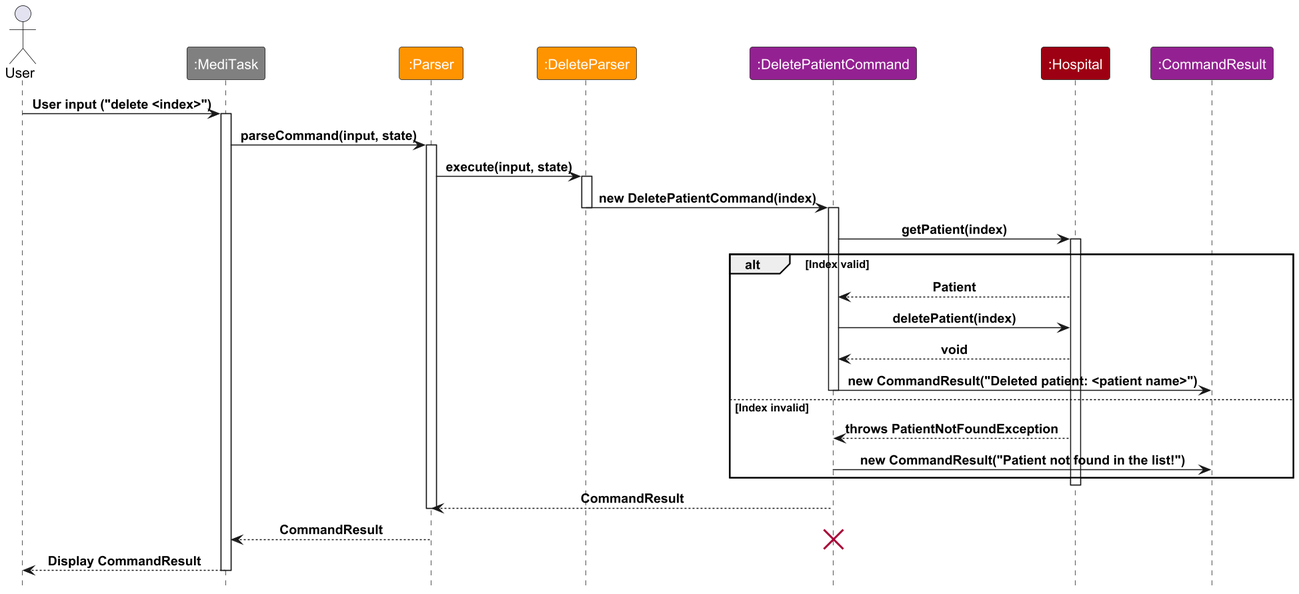
Before: docs/images/DeletePatientSequenceDiagram.png, a diagram exported from PlantUML (nus-cs2113-AY2425S1/tp).
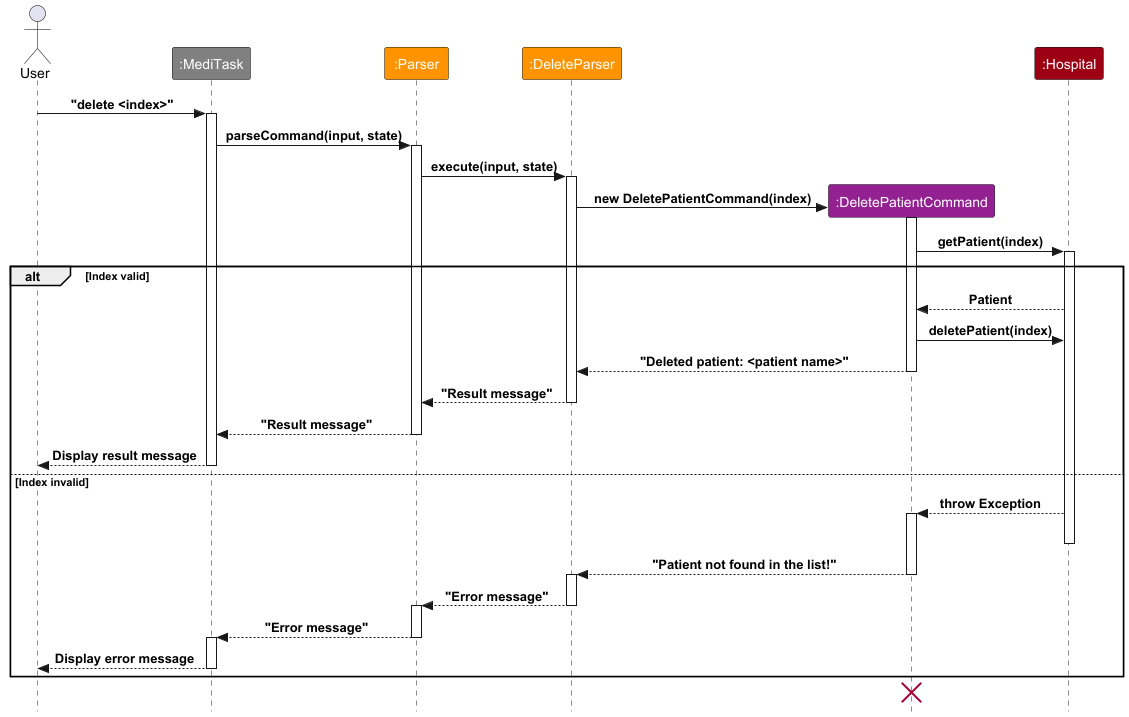
Above is the later version.

Commit message:
Fix Delete Patient Sequence Diagram

Changes made:
* Removed unecessary wording to increase readability
* Fixed issue where alt overlaps with activation bar
* Remove return void
* Ensure that object creation is accurately shown

These updates enhance readability,making the diagrams more intuitive
for users to read.

Diff of the diagram source:
```diff
@@ -2,8 +2,7 @@
 
 !include style.puml
 skinparam ArrowFormatStyle plain
-
-scale 1.5
+skinparam style strictuml
 
 actor User
 participant ":MediTask" as MediTask MAIN_COLOR
@@ -11,9 +10,8 @@
 participant ":DeleteParser" as DeleteParser PARSER_COLOR
 participant ":DeletePatientCommand" as DeletePatientCommand COMMAND_COLOR
 participant ":Hospital" as Hospital DATA_COLOR
-participant ":CommandResult" as CommandResult COMMAND_COLOR
 
-User -> MediTask : User input ("delete <index>")
+User -> MediTask : "delete <index>"
 activate MediTask
 
 MediTask -> Parser : parseCommand(input, state)
@@ -21,9 +19,8 @@
 
 Parser -> DeleteParser : execute(input, state)
 activate DeleteParser
-
+create DeletePatientCommand
 DeleteParser -> DeletePatientCommand : new DeletePatientCommand(index)
-deactivate DeleteParser
 activate DeletePatientCommand
 
 DeletePatientCommand -> Hospital : getPatient(index)
@@ -32,25 +29,34 @@
 alt Index valid
     Hospital --> DeletePatientCommand : Patient
     DeletePatientCommand -> Hospital : deletePatient(index)
-    Hospital --> DeletePatientCommand : void
+    DeletePatientCommand --> DeleteParser : "Deleted patient: <patient name>"
+    deactivate DeletePatientCommand
 
-    DeletePatientCommand -> CommandResult : new CommandResult("Deleted patient: <patient name>")
+    DeleteParser --> Parser : "Result message"
+    deactivate DeleteParser
+
+    Parser --> MediTask : "Result message"
+    deactivate Parser
+
+    MediTask --> User : Display result message
+    deactivate MediTask
+else Index invalid
+    Hospital --> DeletePatientCommand : throw Exception
+    activate DeletePatientCommand
+    deactivate Hospital
+    DeletePatientCommand --> DeleteParser : "Patient not found in the list!"
     deactivate DeletePatientCommand
-else Index invalid
-    Hospital --> DeletePatientCommand : throws PatientNotFoundException
-    DeletePatientCommand -> CommandResult : new CommandResult("Patient not found in the list!")
-    deactivate DeletePatientCommand
+    activate DeleteParser
+    DeleteParser --> Parser : "Error message"
+    deactivate DeleteParser
+    activate Parser
+    Parser --> MediTask : "Error message"
+    deactivate Parser
+    activate MediTask
+    MediTask --> User : Display error message
+    deactivate MediTask
 end
 
-deactivate Hospital
-
-Parser <-- DeletePatientCommand : CommandResult
-deactivate Parser
-
-MediTask <-- Parser : CommandResult
 destroy DeletePatientCommand
-MediTask --> User : Display CommandResult
-
-deactivate MediTask
 
 @enduml
```
